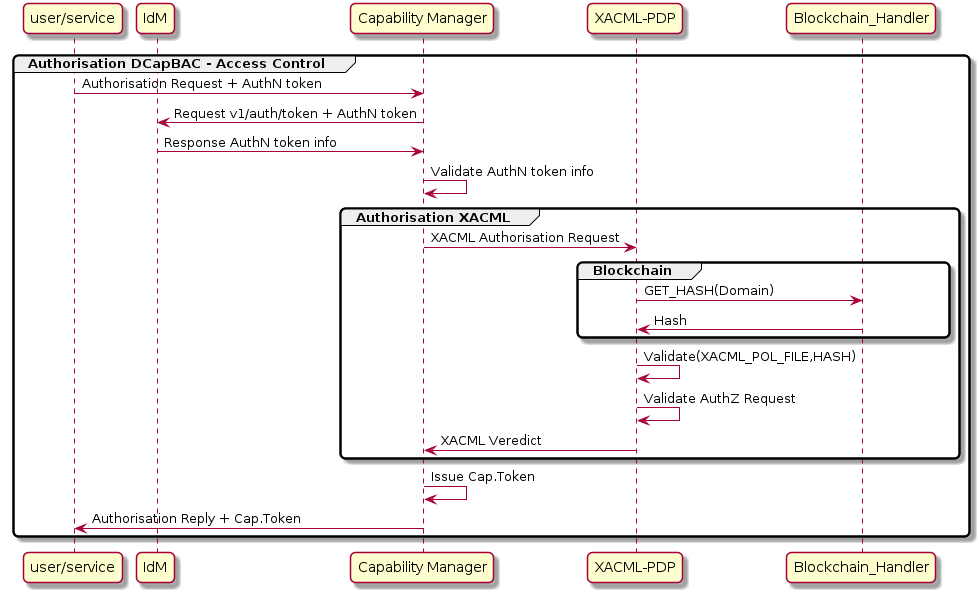
Earlier version of the PlantUML export docs/source/authorization-enabler/capability-manager/interaction-diagram-capability-manager.png (IoTCrawler/Framework). Source of this version:
```plantuml
@startuml

skinparam monochrome false
skinparam shadowing true
skinparam roundcorner 10

participant "user/service"

participant "IdM"
participant "Capability Manager"
participant "XACML-PDP"
participant "Blockchain_Handler"

group Authorisation DCapBAC - Access Control
    "user/service" -> "Capability Manager" : Authorisation Request + AuthN token
    "IdM" <- "Capability Manager" : Request v1/auth/token + AuthN token
    "IdM" -> "Capability Manager" : Response AuthN token info
    "Capability Manager" -> "Capability Manager" : Validate AuthN token info

    group Authorisation XACML
        "Capability Manager" -> "XACML-PDP" : XACML Authorisation Request
        group Blockchain
            "XACML-PDP" -> "Blockchain_Handler" : GET_HASH(Domain)
            "XACML-PDP" <- "Blockchain_Handler" : Hash
        end
        "XACML-PDP" <- "XACML-PDP" : Validate(XACML_POL_FILE,HASH)
        "XACML-PDP" <- "XACML-PDP" : Validate AuthZ Request
        "Capability Manager" <- "XACML-PDP" : XACML Veredict
    end

    "Capability Manager" -> "Capability Manager" : Issue Cap.Token

    "user/service" <- "Capability Manager" : Authorisation Reply + Cap.Token
end

@enduml
```
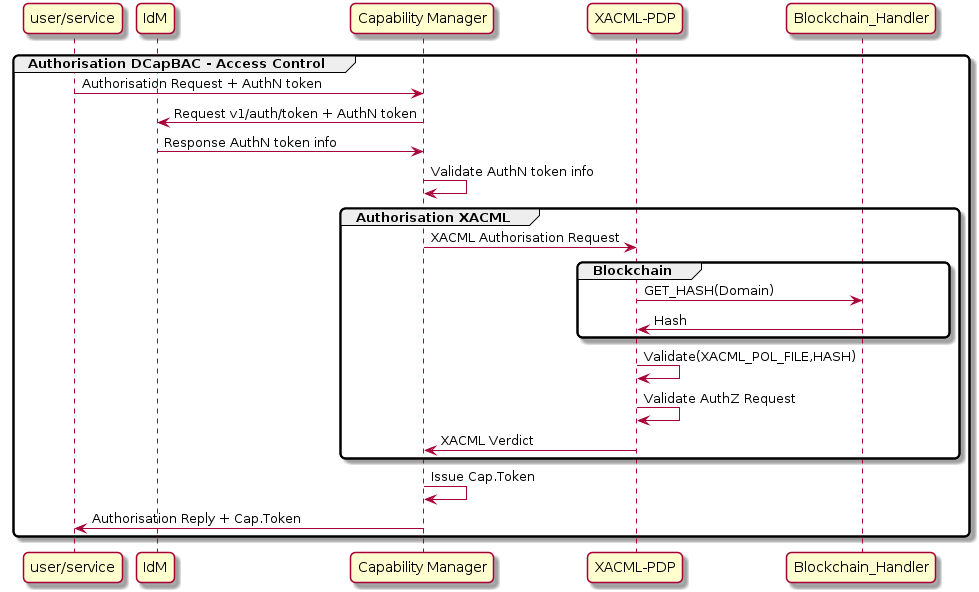
After the change.

Commit message:
Add XACML-PAP-PDP Framework documentation, changes at Capability Manager one.

The edit, as a diff of the source:
```diff
@@ -25,7 +25,7 @@
         end
         "XACML-PDP" <- "XACML-PDP" : Validate(XACML_POL_FILE,HASH)
         "XACML-PDP" <- "XACML-PDP" : Validate AuthZ Request
-        "Capability Manager" <- "XACML-PDP" : XACML Veredict
+        "Capability Manager" <- "XACML-PDP" : XACML Verdict
     end
 
     "Capability Manager" -> "Capability Manager" : Issue Cap.Token
```
